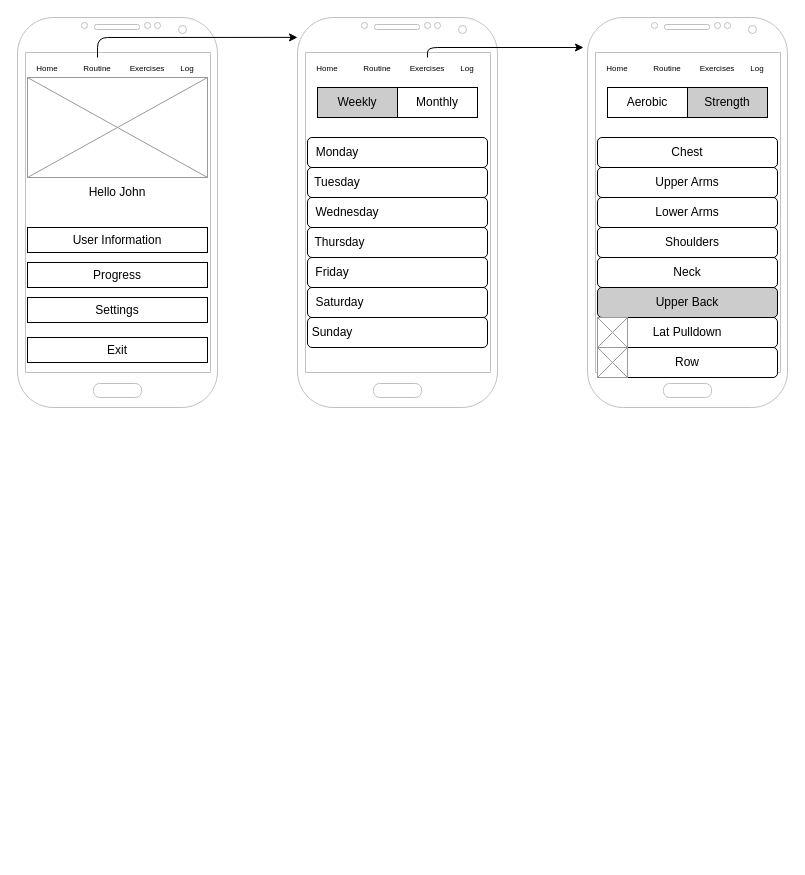
Before: docs/work/wireframe.drawio in John-Jaramillo/my-workout, a draw.io diagram. Source tidied: cells renumbered, new cells numbered last; positions are measured from the earlier drawing's top-left corner, leaving out a move shared by most shapes. Both pictures are drawn from the tidied source at 100%, with x=0, y=0 at pixel (17, 17).
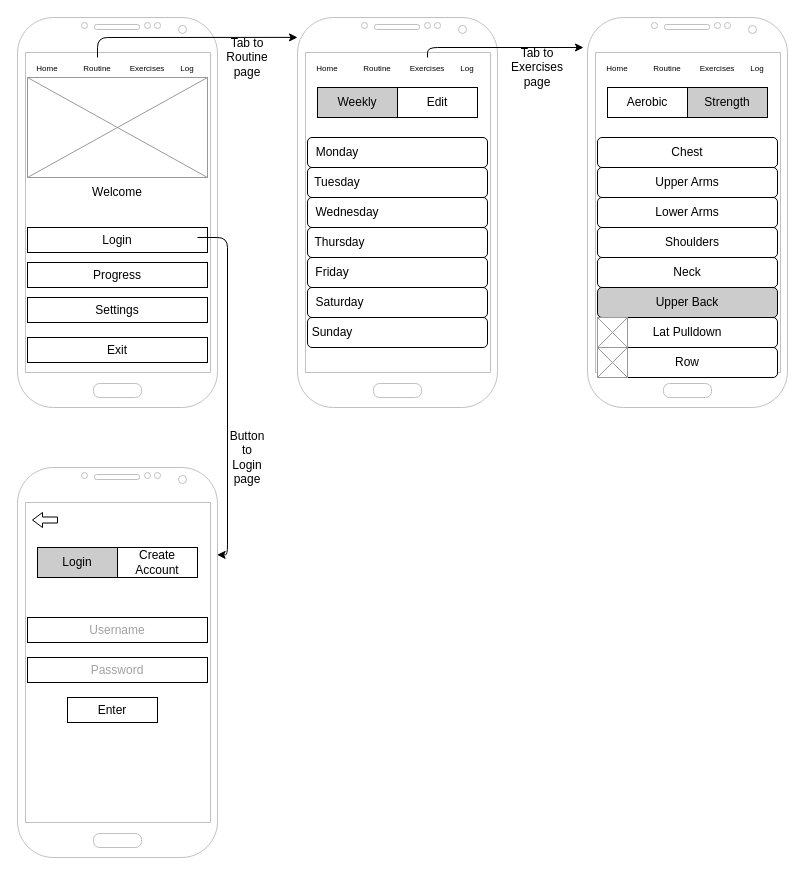
Above is the later version.

What changed in the source:
```diff
@@
+    <mxCell id="56" style="verticalLabelPosition=bottom;shadow=0;dashed=0;align=center;html=1;verticalAlign=top;strokeWidth=1;shape=mxgraph.mockup.graphics.simpleIcon;strokeColor=#999999;fillColor=#FFFFFF;" parent="1" vertex="1">
+      <mxGeometry x="10" y="60" width="180" height="100" as="geometry" />
+    </mxCell>
@@
-    <mxCell id="43" value="Monthly" style="text;html=1;strokeColor=none;fillColor=none;align=center;verticalAlign=middle;whiteSpace=wrap;rounded=0;" parent="1" vertex="1">
+    <mxCell id="43" value="Edit" style="text;html=1;strokeColor=none;fillColor=none;align=center;verticalAlign=middle;whiteSpace=wrap;rounded=0;" parent="1" vertex="1">
       <mxGeometry x="390" y="75" width="60" height="20" as="geometry" />
     </mxCell>
@@
-    <mxCell id="56" style="verticalLabelPosition=bottom;shadow=0;dashed=0;align=center;html=1;verticalAlign=top;strokeWidth=1;shape=mxgraph.mockup.graphics.simpleIcon;strokeColor=#999999;fillColor=#FFFFFF;" parent="1" vertex="1">
-      <mxGeometry x="10" y="60" width="180" height="100" as="geometry" />
-    </mxCell>
-    <mxCell id="57" value="Hello John" style="text;html=1;strokeColor=none;fillColor=none;align=center;verticalAlign=middle;whiteSpace=wrap;rounded=0;" parent="1" vertex="1">
+    <mxCell id="57" value="Welcome" style="text;html=1;strokeColor=none;fillColor=none;align=center;verticalAlign=middle;whiteSpace=wrap;rounded=0;" parent="1" vertex="1">
       <mxGeometry x="10" y="165" width="180" height="20" as="geometry" />
     </mxCell>
-    <mxCell id="58" value="User Information" style="rounded=0;whiteSpace=wrap;html=1;fillColor=#FFFFFF;" parent="1" vertex="1">
+    <mxCell id="58" value="Login" style="rounded=0;whiteSpace=wrap;html=1;fillColor=#FFFFFF;" parent="1" vertex="1">
       <mxGeometry x="10" y="210" width="180" height="25" as="geometry" />
     </mxCell>
@@
+    <mxCell id="64" style="verticalLabelPosition=bottom;verticalAlign=top;html=1;shadow=0;dashed=0;strokeWidth=1;shape=mxgraph.android.phone2;strokeColor=#c0c0c0;" parent="1" vertex="1">
+      <mxGeometry y="450" width="200" height="390" as="geometry" />
+    </mxCell>
+    <mxCell id="65" value="&lt;font color=&quot;#a1a1a1&quot;&gt;Username&lt;/font&gt;" style="rounded=0;whiteSpace=wrap;html=1;fillColor=#FFFFFF;" parent="1" vertex="1">
+      <mxGeometry x="10" y="600" width="180" height="25" as="geometry" />
+    </mxCell>
+    <mxCell id="66" value="&lt;font color=&quot;#a1a1a1&quot;&gt;Password&lt;/font&gt;" style="rounded=0;whiteSpace=wrap;html=1;fillColor=#FFFFFF;" parent="1" vertex="1">
+      <mxGeometry x="10" y="640" width="180" height="25" as="geometry" />
+    </mxCell>
+    <mxCell id="67" value="Enter" style="rounded=0;whiteSpace=wrap;html=1;fillColor=#FFFFFF;" parent="1" vertex="1">
+      <mxGeometry x="50" y="680" width="90" height="25" as="geometry" />
+    </mxCell>
+    <mxCell id="68" style="rounded=0;whiteSpace=wrap;html=1;fillColor=#CCCCCC;" parent="1" vertex="1">
+      <mxGeometry x="20" y="530" width="80" height="30" as="geometry" />
+    </mxCell>
+    <mxCell id="69" style="rounded=0;whiteSpace=wrap;html=1;fillColor=#FFFFFF;" parent="1" vertex="1">
+      <mxGeometry x="100" y="530" width="80" height="30" as="geometry" />
+    </mxCell>
+    <mxCell id="70" value="Login" style="text;html=1;strokeColor=none;fillColor=none;align=center;verticalAlign=middle;whiteSpace=wrap;rounded=0;" parent="1" vertex="1">
+      <mxGeometry x="30" y="535" width="60" height="20" as="geometry" />
+    </mxCell>
+    <mxCell id="71" value="Create&lt;br&gt;Account" style="text;html=1;strokeColor=none;fillColor=none;align=center;verticalAlign=middle;whiteSpace=wrap;rounded=0;" parent="1" vertex="1">
+      <mxGeometry x="110" y="535" width="60" height="20" as="geometry" />
+    </mxCell>
+    <mxCell id="72" style="edgeStyle=segmentEdgeStyle;endArrow=classic;html=1;entryX=0.998;entryY=0.224;entryDx=0;entryDy=0;entryPerimeter=0;" parent="1" edge="1" target="64">
+      <mxGeometry relative="1" as="geometry">
+        <mxPoint x="180" y="220" as="sourcePoint" />
+        <Array as="points">
+          <mxPoint x="210" y="220" />
+          <mxPoint x="210" y="537" />
+        </Array>
+      </mxGeometry>
+    </mxCell>
+    <mxCell id="73" value="Tab to Routine page" style="text;html=1;strokeColor=none;fillColor=none;align=center;verticalAlign=middle;whiteSpace=wrap;rounded=0;" parent="1" vertex="1">
+      <mxGeometry x="210" y="30" width="40" height="20" as="geometry" />
+    </mxCell>
+    <mxCell id="74" value="Tab to Exercises page" style="text;html=1;strokeColor=none;fillColor=none;align=center;verticalAlign=middle;whiteSpace=wrap;rounded=0;" parent="1" vertex="1">
+      <mxGeometry x="500" y="40" width="40" height="20" as="geometry" />
+    </mxCell>
+    <mxCell id="75" value="Button to Login page" style="text;html=1;strokeColor=none;fillColor=none;align=center;verticalAlign=middle;whiteSpace=wrap;rounded=0;" parent="1" vertex="1">
+      <mxGeometry x="210" y="430" width="40" height="20" as="geometry" />
+    </mxCell>
+    <mxCell id="76" style="html=1;whiteSpace=wrap;shape=mxgraph.archimate3.process;direction=west;fillColor=#FFFFFF;" parent="1" vertex="1">
+      <mxGeometry x="15" y="495" width="25" height="15" as="geometry" />
+    </mxCell>
```
